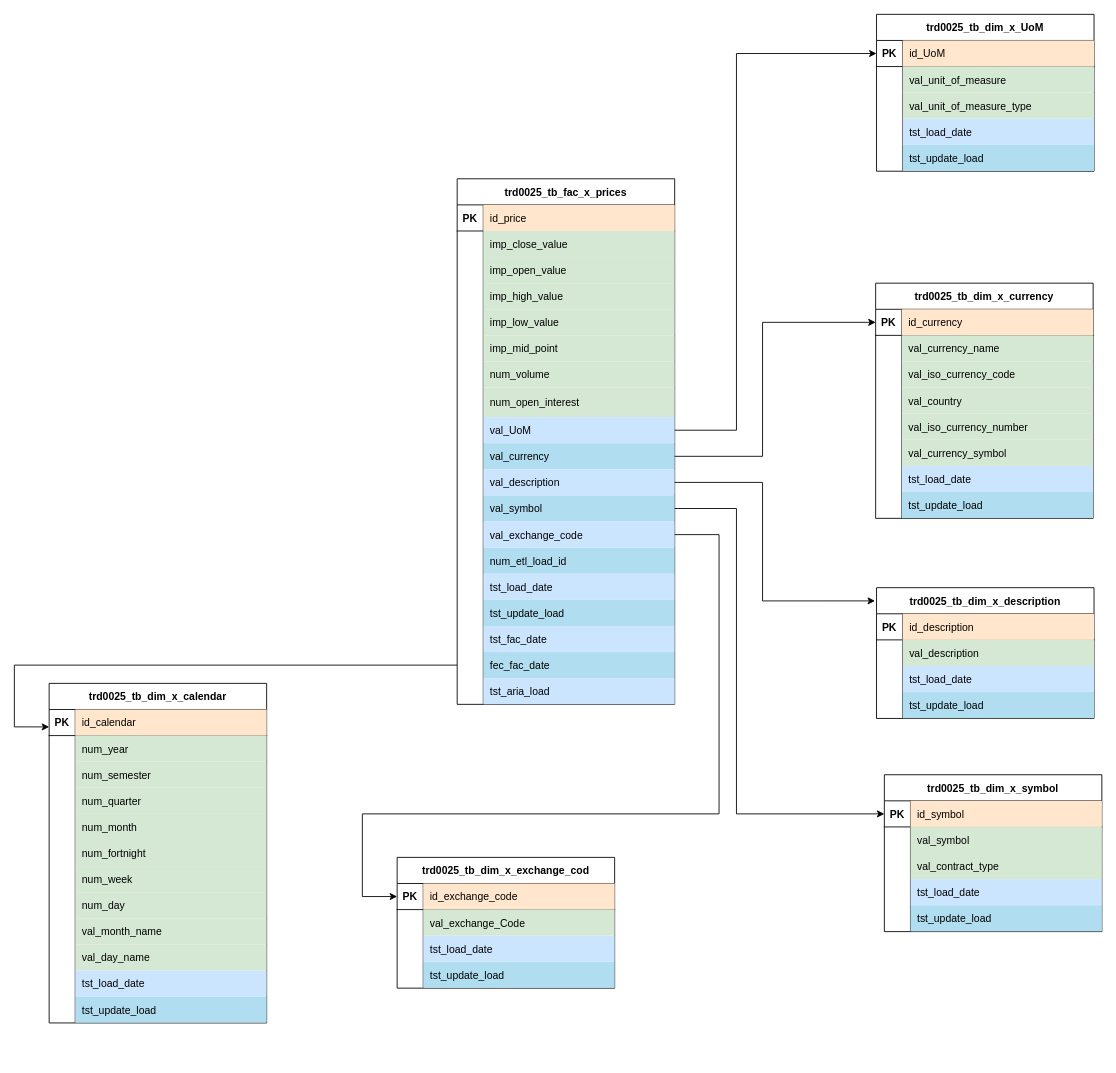
The draw.io diagram ModeloDatosMiniPoc.drawio in robertoOlmedo/TDDPublic, before the edit. Source tidied: cells renumbered, new cells numbered last; positions are measured from the earlier drawing's top-left corner, leaving out a move shared by most shapes. Both pictures are drawn from the tidied source at 87%, with x=0, y=0 at pixel (14, 14).
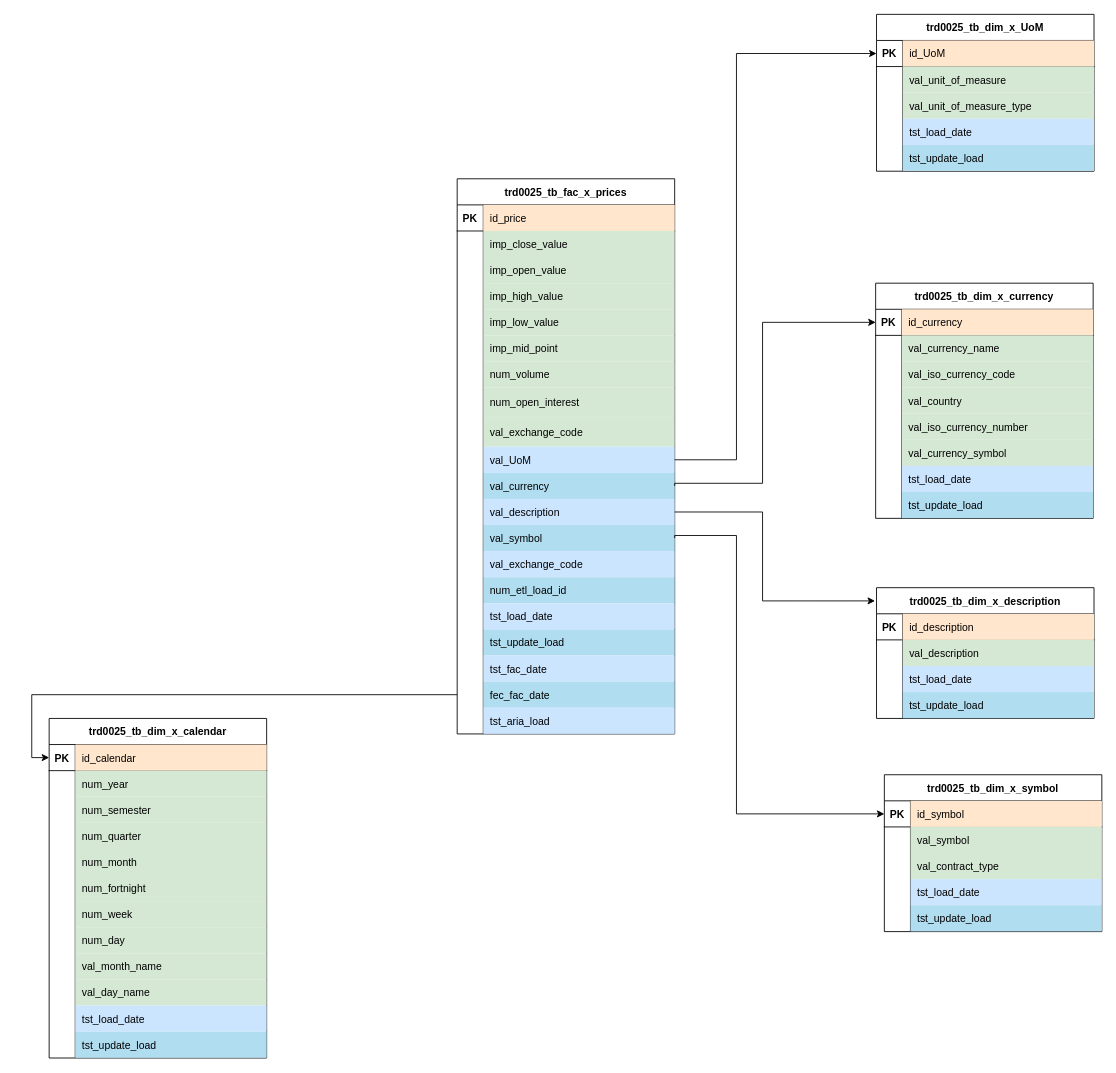
The same diagram, later.

Commit message:
Desnormalizada dimensión exchage_Code para usar como tipo de seguridad

Unchanged cells that the change refers to:
```xml
<mxCell id="61" style="shape=partialRectangle;fillColor=none;points=[[0,0.5],[1,0.5]];portConstraint=eastwest;top=0;left=0;right=0;bottom=1;rounded=0;" parent="60" vertex="1">
  <mxGeometry y="30" width="250" height="30" as="geometry" />
</mxCell>
<mxCell id="86" style="shape=partialRectangle;fillColor=none;points=[[0,0.5],[1,0.5]];portConstraint=eastwest;top=0;left=0;right=0;bottom=1;rounded=0;" parent="85" vertex="1">
  <mxGeometry y="30" width="250" height="30" as="geometry" />
</mxCell>
<mxCell id="102" style="shape=partialRectangle;fillColor=none;points=[[0,0.5],[1,0.5]];portConstraint=eastwest;top=0;left=0;right=0;bottom=1;rounded=0;" parent="101" vertex="1">
  <mxGeometry y="30" width="250" height="30" as="geometry" />
</mxCell>
<mxCell id="118" style="shape=partialRectangle;fillColor=none;points=[[0,0.5],[1,0.5]];portConstraint=eastwest;top=0;left=0;right=0;bottom=1;rounded=0;" parent="117" vertex="1">
  <mxGeometry y="30" width="250" height="30" as="geometry" />
</mxCell>
<mxCell id="154" value="trd0025_tb_dim_x_description" style="shape=table;startSize=30;childLayout=tableLayout;rowLines=0;fontStyle=1;align=center;strokeColor=#000000;rounded=0;" parent="1" vertex="1">
  <mxGeometry x="991" y="659" width="250" height="150.3" as="geometry" />
</mxCell>
```

The edit, as a diff of the source:
```diff
@@
     <mxCell id="2" value="trd0025_tb_fac_x_prices" style="shape=table;startSize=30;childLayout=tableLayout;rowLines=0;fontStyle=1;align=center;strokeColor=#000000;rounded=0;" parent="1" vertex="1">
-      <mxGeometry x="509" y="189" width="250" height="604.1" as="geometry" />
+      <mxGeometry x="509" y="189" width="250" height="638.1" as="geometry" />
     </mxCell>
@@
+    <mxCell id="186" style="shape=partialRectangle;fillColor=none;top=0;left=0;right=0;bottom=0;rounded=0;" parent="2" vertex="1">
+      <mxGeometry y="274" width="250" height="34" as="geometry" />
+    </mxCell>
+    <mxCell id="187" style="shape=partialRectangle;overflow=hidden;fillColor=none;top=0;left=0;bottom=0;right=0;rounded=0;" parent="186" vertex="1">
+      <mxGeometry width="30" height="34" as="geometry" />
+    </mxCell>
+    <mxCell id="188" value="val_exchange_code" style="shape=partialRectangle;overflow=hidden;fillColor=#D5E8D4;top=0;left=0;bottom=0;right=0;align=left;spacingLeft=6;strokeColor=#10739e;perimeterSpacing=1;rounded=0;" parent="186" vertex="1">
+      <mxGeometry x="30" width="220" height="34" as="geometry" />
+    </mxCell>
     <mxCell id="27" style="shape=partialRectangle;fillColor=none;points=[[0,0.5],[1,0.5]];portConstraint=eastwest;top=0;left=0;right=0;bottom=0;rounded=0;" parent="2" vertex="1">
-      <mxGeometry y="274" width="250" height="30" as="geometry" />
+      <mxGeometry y="308" width="250" height="30" as="geometry" />
     </mxCell>
@@
     <mxCell id="30" style="shape=partialRectangle;fillColor=none;points=[[0,0.5],[1,0.5]];portConstraint=eastwest;top=0;left=0;right=0;bottom=0;rounded=0;" parent="2" vertex="1">
-      <mxGeometry y="304" width="250" height="30" as="geometry" />
+      <mxGeometry y="338" width="250" height="30" as="geometry" />
     </mxCell>
@@
     <mxCell id="33" style="shape=partialRectangle;fillColor=none;points=[[0,0.5],[1,0.5]];portConstraint=eastwest;top=0;left=0;right=0;bottom=0;rounded=0;" parent="2" vertex="1">
-      <mxGeometry y="334" width="250" height="30" as="geometry" />
+      <mxGeometry y="368" width="250" height="30" as="geometry" />
     </mxCell>
@@
     <mxCell id="36" style="shape=partialRectangle;fillColor=none;points=[[0,0.5],[1,0.5]];portConstraint=eastwest;top=0;left=0;right=0;bottom=0;rounded=0;" parent="2" vertex="1">
-      <mxGeometry y="364" width="250" height="30" as="geometry" />
+      <mxGeometry y="398" width="250" height="30" as="geometry" />
     </mxCell>
@@
     <mxCell id="39" style="shape=partialRectangle;fillColor=none;points=[[0,0.5],[1,0.5]];portConstraint=eastwest;top=0;left=0;right=0;bottom=0;rounded=0;" parent="2" vertex="1">
-      <mxGeometry y="394" width="250" height="30" as="geometry" />
+      <mxGeometry y="428" width="250" height="30" as="geometry" />
     </mxCell>
@@
     <mxCell id="42" style="shape=partialRectangle;fillColor=none;top=0;left=0;right=0;bottom=0;rounded=0;" parent="2" vertex="1">
-      <mxGeometry y="424" width="250" height="30" as="geometry" />
+      <mxGeometry y="458" width="250" height="30" as="geometry" />
     </mxCell>
@@
     <mxCell id="45" style="shape=partialRectangle;fillColor=none;top=0;left=0;right=0;bottom=0;rounded=0;" parent="2" vertex="1">
-      <mxGeometry y="454" width="250" height="30" as="geometry" />
+      <mxGeometry y="488" width="250" height="30" as="geometry" />
     </mxCell>
@@
     <mxCell id="48" style="shape=partialRectangle;fillColor=none;top=0;left=0;right=0;bottom=0;rounded=0;" parent="2" vertex="1">
-      <mxGeometry y="484" width="250" height="30" as="geometry" />
+      <mxGeometry y="518" width="250" height="30" as="geometry" />
     </mxCell>
@@
     <mxCell id="51" style="shape=partialRectangle;fillColor=none;top=0;left=0;right=0;bottom=0;rounded=0;" parent="2" vertex="1">
-      <mxGeometry y="514" width="250" height="30" as="geometry" />
+      <mxGeometry y="548" width="250" height="30" as="geometry" />
     </mxCell>
@@
     <mxCell id="54" style="shape=partialRectangle;fillColor=none;points=[[0,0.5],[1,0.5]];portConstraint=eastwest;top=0;left=0;right=0;bottom=0;rounded=0;" parent="2" vertex="1">
-      <mxGeometry y="544" width="250" height="30" as="geometry" />
+      <mxGeometry y="578" width="250" height="30" as="geometry" />
     </mxCell>
@@
     <mxCell id="57" style="shape=partialRectangle;fillColor=none;top=0;left=0;right=0;bottom=0;rounded=0;" parent="2" vertex="1">
-      <mxGeometry y="574" width="250" height="30" as="geometry" />
+      <mxGeometry y="608" width="250" height="30" as="geometry" />
     </mxCell>
@@
     <mxCell id="117" value="trd0025_tb_dim_x_calendar" style="shape=table;startSize=30;childLayout=tableLayout;rowLines=0;fontStyle=1;align=center;strokeColor=#000000;rounded=0;" parent="1" vertex="1">
-      <mxGeometry x="40" y="769" width="250" height="390.3" as="geometry" />
+      <mxGeometry x="40" y="809.3" width="250" height="390.3" as="geometry" />
     </mxCell>
@@
-    <mxCell id="167" style="edgeStyle=orthogonalEdgeStyle;rounded=0;jettySize=auto;html=1;entryX=-0.007;entryY=0.101;entryDx=0;entryDy=0;entryPerimeter=0;" parent="1" edge="1" source="33" target="154">
+    <mxCell id="167" style="edgeStyle=orthogonalEdgeStyle;rounded=0;jettySize=auto;html=1;entryX=-0.007;entryY=0.101;entryDx=0;entryDy=0;entryPerimeter=0;exitX=1;exitY=0.5;exitDx=0;exitDy=0;" parent="1" edge="1" source="33" target="154">
       <mxGeometry relative="1" as="geometry">
         <Array as="points">
-          <mxPoint x="860" y="538" />
+          <mxPoint x="860" y="572" />
           <mxPoint x="860" y="674" />
         </Array>
       </mxGeometry>
     </mxCell>
-    <mxCell id="168" style="edgeStyle=orthogonalEdgeStyle;rounded=0;jettySize=auto;html=1;entryX=0;entryY=0.5;entryDx=0;entryDy=0;" parent="1" edge="1" source="36" target="102">
+    <mxCell id="168" style="edgeStyle=orthogonalEdgeStyle;rounded=0;jettySize=auto;html=1;entryX=0;entryY=0.5;entryDx=0;entryDy=0;exitX=1;exitY=0.5;exitDx=0;exitDy=0;" parent="1" edge="1" source="36" target="102">
       <mxGeometry relative="1" as="geometry">
         <Array as="points">
-          <mxPoint x="830" y="568" />
+          <mxPoint x="759" y="599" />
+          <mxPoint x="830" y="599" />
           <mxPoint x="830" y="919" />
         </Array>
       </mxGeometry>
     </mxCell>
-    <mxCell id="169" style="edgeStyle=orthogonalEdgeStyle;rounded=0;jettySize=auto;html=1;entryX=0;entryY=0.5;entryDx=0;entryDy=0;" parent="1" edge="1" source="30" target="61">
+    <mxCell id="169" style="edgeStyle=orthogonalEdgeStyle;rounded=0;jettySize=auto;html=1;entryX=0;entryY=0.5;entryDx=0;entryDy=0;exitX=1;exitY=0.5;exitDx=0;exitDy=0;" parent="1" edge="1" source="30" target="61">
       <mxGeometry relative="1" as="geometry">
         <Array as="points">
-          <mxPoint x="860" y="508" />
+          <mxPoint x="759" y="539" />
+          <mxPoint x="860" y="539" />
           <mxPoint x="860" y="354" />
         </Array>
       </mxGeometry>
     </mxCell>
-    <mxCell id="170" style="edgeStyle=orthogonalEdgeStyle;rounded=0;jettySize=auto;html=1;entryX=0;entryY=0.5;entryDx=0;entryDy=0;" parent="1" edge="1" source="27" target="86">
+    <mxCell id="170" style="edgeStyle=orthogonalEdgeStyle;rounded=0;jettySize=auto;html=1;entryX=0;entryY=0.5;entryDx=0;entryDy=0;exitX=1;exitY=0.5;exitDx=0;exitDy=0;" parent="1" edge="1" source="27" target="86">
       <mxGeometry relative="1" as="geometry">
         <Array as="points">
-          <mxPoint x="830" y="478" />
+          <mxPoint x="830" y="512" />
           <mxPoint x="830" y="45" />
         </Array>
       </mxGeometry>
     </mxCell>
-    <mxCell id="171" style="edgeStyle=orthogonalEdgeStyle;rounded=0;jettySize=auto;html=1;entryX=0;entryY=0.667;entryDx=0;entryDy=0;entryPerimeter=0;exitX=0;exitY=0.5;exitDx=0;exitDy=0;" parent="1" edge="1" source="54" target="118">
-      <mxGeometry relative="1" as="geometry">
-        <Array as="points">
-          <mxPoint y="748" />
-          <mxPoint y="819" />
-        </Array>
-      </mxGeometry>
+    <mxCell id="171" style="edgeStyle=orthogonalEdgeStyle;rounded=0;jettySize=auto;html=1;entryX=0;entryY=0.5;entryDx=0;entryDy=0;" parent="1" edge="1" source="54" target="118">
+      <mxGeometry relative="1" as="geometry" />
     </mxCell>
-    <mxCell id="172" value="trd0025_tb_dim_x_exchange_cod" style="shape=table;startSize=30;childLayout=tableLayout;rowLines=0;fontStyle=1;align=center;strokeColor=#000000;rounded=0;" parent="1" vertex="1">
-      <mxGeometry x="440" y="969" width="250" height="150.3" as="geometry" />
-    </mxCell>
-    <mxCell id="173" style="shape=partialRectangle;fillColor=none;points=[[0,0.5],[1,0.5]];portConstraint=eastwest;top=0;left=0;right=0;bottom=1;rounded=0;" parent="172" vertex="1">
-      <mxGeometry y="30" width="250" height="30" as="geometry" />
-    </mxCell>
-    <mxCell id="174" value="PK" style="shape=partialRectangle;overflow=hidden;fillColor=none;top=0;left=0;bottom=0;right=0;fontStyle=1;rounded=0;" parent="173" vertex="1">
-      <mxGeometry width="30" height="30" as="geometry" />
-    </mxCell>
-    <mxCell id="175" value="id_exchange_code" style="shape=partialRectangle;overflow=hidden;fillColor=#ffe6cc;top=0;left=0;bottom=0;right=0;align=left;spacingLeft=6;fontStyle=0;strokeColor=#d79b00;rounded=0;" parent="173" vertex="1">
-      <mxGeometry x="30" width="220" height="30" as="geometry" />
-    </mxCell>
-    <mxCell id="176" style="shape=partialRectangle;fillColor=none;top=0;left=0;right=0;bottom=0;rounded=0;" parent="172" vertex="1">
-      <mxGeometry y="60" width="250" height="30" as="geometry" />
-    </mxCell>
-    <mxCell id="177" style="shape=partialRectangle;overflow=hidden;fillColor=none;top=0;left=0;bottom=0;right=0;rounded=0;" parent="176" vertex="1">
-      <mxGeometry width="30" height="30" as="geometry" />
-    </mxCell>
-    <mxCell id="178" value="val_exchange_Code" style="shape=partialRectangle;overflow=hidden;fillColor=#d5e8d4;top=0;left=0;bottom=0;right=0;align=left;spacingLeft=6;strokeColor=#82b366;perimeterSpacing=1;rounded=0;" parent="176" vertex="1">
-      <mxGeometry x="30" width="220" height="30" as="geometry" />
-    </mxCell>
-    <mxCell id="179" style="shape=partialRectangle;fillColor=none;top=0;left=0;right=0;bottom=0;rounded=0;" parent="172" vertex="1">
-      <mxGeometry y="90" width="250" height="30" as="geometry" />
-    </mxCell>
-    <mxCell id="180" style="shape=partialRectangle;overflow=hidden;fillColor=none;top=0;left=0;bottom=0;right=0;rounded=0;" parent="179" vertex="1">
-      <mxGeometry width="30" height="30" as="geometry" />
-    </mxCell>
-    <mxCell id="181" value="tst_load_date" style="shape=partialRectangle;overflow=hidden;fillColor=#cce5ff;top=0;left=0;bottom=0;right=0;align=left;spacingLeft=6;strokeColor=#36393d;perimeterSpacing=1;rounded=0;" parent="179" vertex="1">
-      <mxGeometry x="30" width="220" height="30" as="geometry" />
-    </mxCell>
-    <mxCell id="182" style="shape=partialRectangle;fillColor=none;top=0;left=0;right=0;bottom=0;rounded=0;" parent="172" vertex="1">
-      <mxGeometry y="120" width="250" height="30" as="geometry" />
-    </mxCell>
-    <mxCell id="183" style="shape=partialRectangle;overflow=hidden;fillColor=none;top=0;left=0;bottom=0;right=0;rounded=0;" parent="182" vertex="1">
-      <mxGeometry width="30" height="30" as="geometry" />
-    </mxCell>
-    <mxCell id="184" value="tst_update_load" style="shape=partialRectangle;overflow=hidden;fillColor=#b1ddf0;top=0;left=0;bottom=0;right=0;align=left;spacingLeft=6;strokeColor=#10739e;perimeterSpacing=1;rounded=0;" parent="182" vertex="1">
-      <mxGeometry x="30" width="220" height="30" as="geometry" />
-    </mxCell>
-    <mxCell id="185" style="edgeStyle=orthogonalEdgeStyle;rounded=0;jettySize=auto;html=1;entryX=0;entryY=0.5;entryDx=0;entryDy=0;" parent="1" edge="1" source="39" target="173">
-      <mxGeometry relative="1" as="geometry">
-        <Array as="points">
-          <mxPoint x="810" y="598" />
-          <mxPoint x="810" y="919" />
-          <mxPoint x="400" y="919" />
-          <mxPoint x="400" y="1014" />
-        </Array>
-      </mxGeometry>
-    </mxCell>
```
